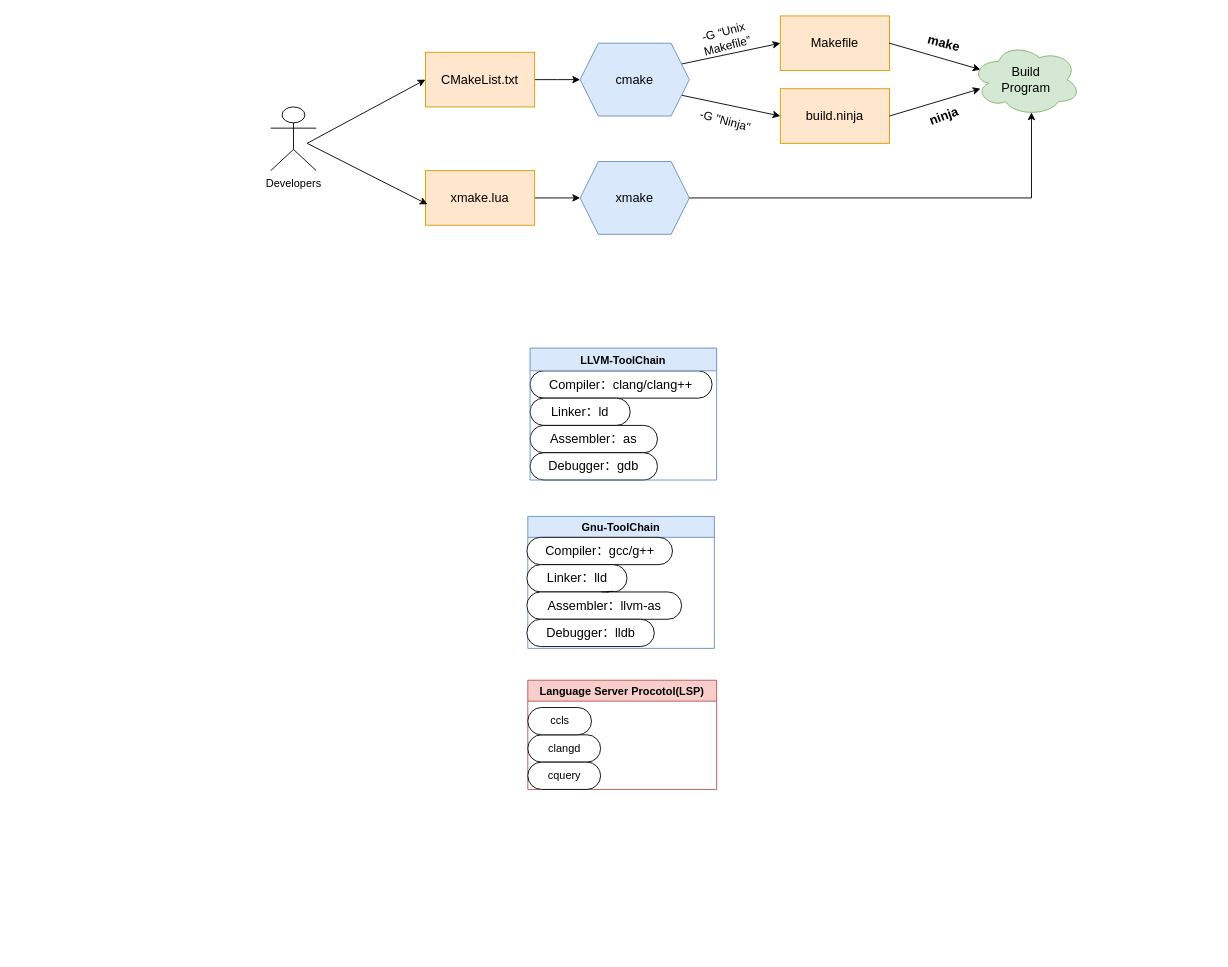
The draw.io diagram page "第 1 页" (1 of 2) of Java/temp.drawio in Sstmtz/draw.io-, before the edit. Source tidied: cells renumbered, new cells numbered last; positions are measured from the earlier drawing's top-left corner, leaving out a move shared by most shapes. Both pictures are drawn from the tidied source at 91%, with x=0, y=0 at pixel (270, 15).
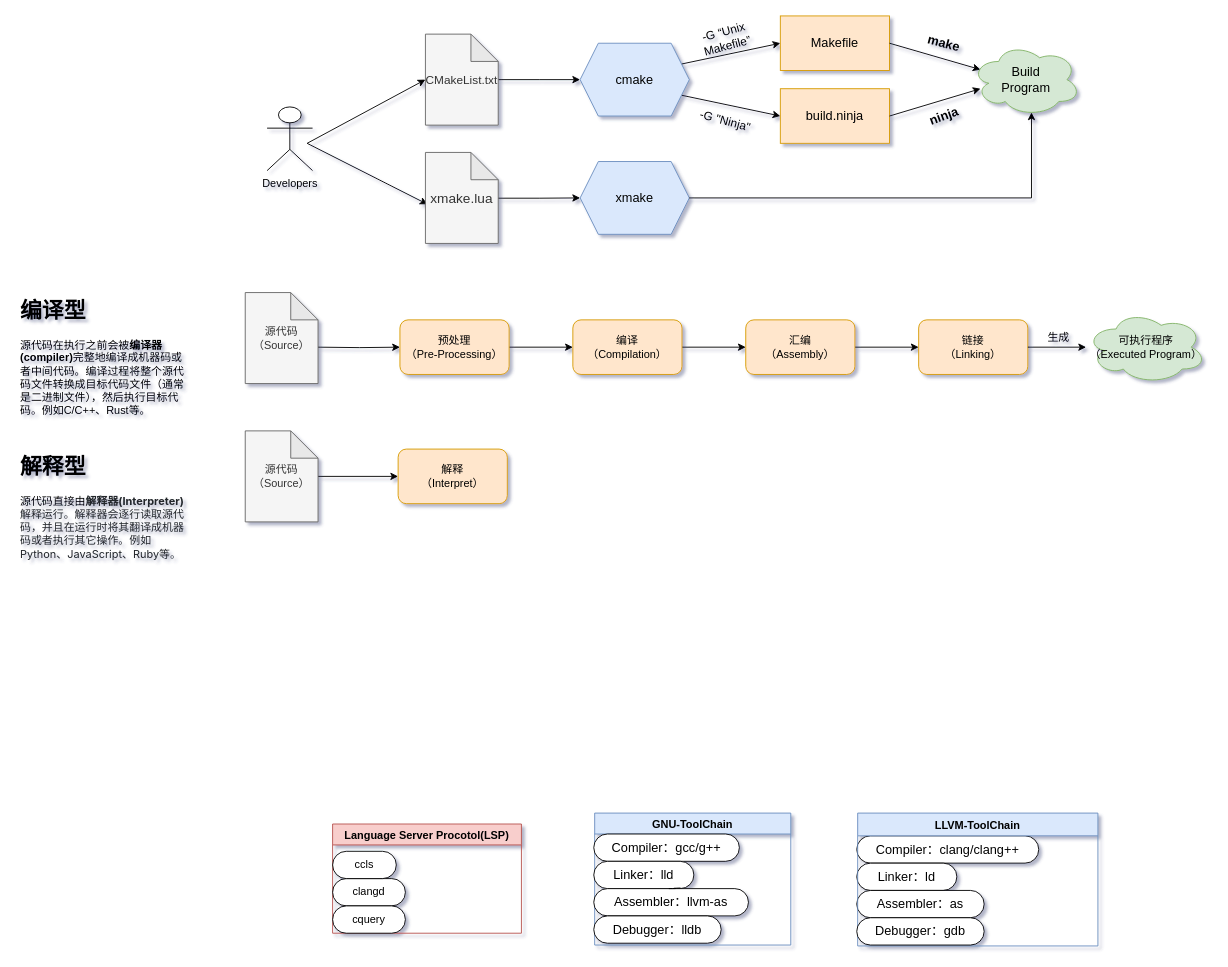
The same page after the edit.

Diff of the diagram source:
```diff
@@
-<mxGraphModel>
+<mxGraphModel background="#FFFFFF" shadow="1">
@@
-    <mxCell id="13" value="&lt;font style=&quot;font-size: 14px;&quot;&gt;CMakeList.txt&lt;/font&gt;" style="rounded=0;whiteSpace=wrap;html=1;fillColor=#ffe6cc;strokeColor=#d79b00;" parent="1" vertex="1">
-      <mxGeometry x="170" y="40" width="120" height="60" as="geometry" />
-    </mxCell>
-    <mxCell id="14" style="edgeStyle=orthogonalEdgeStyle;rounded=0;jettySize=auto;html=1;" parent="1" edge="1" source="15">
+    <mxCell id="14" style="edgeStyle=orthogonalEdgeStyle;rounded=0;jettySize=auto;html=1;exitX=0.979;exitY=0.503;exitDx=0;exitDy=0;exitPerimeter=0;" parent="1" edge="1" source="15">
       <mxGeometry relative="1" as="geometry">
         <mxPoint x="340" y="200" as="targetPoint" />
       </mxGeometry>
     </mxCell>
-    <mxCell id="15" value="&lt;font style=&quot;font-size: 14px;&quot;&gt;xmake.lua&lt;/font&gt;" style="rounded=0;whiteSpace=wrap;html=1;fillColor=#ffe6cc;strokeColor=#d79b00;" parent="1" vertex="1">
-      <mxGeometry x="170" y="170" width="120" height="60" as="geometry" />
-    </mxCell>
@@
     <mxCell id="20" value="Developers" style="shape=umlActor;verticalLabelPosition=bottom;verticalAlign=top;html=1;" parent="1" vertex="1">
-      <mxGeometry y="100" width="50" height="70" as="geometry" />
+      <mxGeometry x="-4" y="100" width="50" height="70" as="geometry" />
     </mxCell>
-    <mxCell id="21" style="endArrow=classic;html=1;rounded=0;entryX=0;entryY=0.5;entryDx=0;entryDy=0;" parent="1" edge="1" target="13">
+    <mxCell id="21" style="endArrow=classic;html=1;rounded=0;entryX=0;entryY=0.5;entryDx=0;entryDy=0;" parent="1" edge="1">
       <mxGeometry relative="1" as="geometry">
         <mxPoint x="40" y="140" as="sourcePoint" />
+        <mxPoint x="170" y="70" as="targetPoint" />
       </mxGeometry>
     </mxCell>
-    <mxCell id="22" style="endArrow=classic;html=1;rounded=0;entryX=0.019;entryY=0.617;entryDx=0;entryDy=0;entryPerimeter=0;" parent="1" edge="1" target="15">
+    <mxCell id="22" style="endArrow=classic;html=1;rounded=0;entryX=0.019;entryY=0.617;entryDx=0;entryDy=0;entryPerimeter=0;" parent="1" edge="1">
       <mxGeometry relative="1" as="geometry">
         <mxPoint x="40" y="140" as="sourcePoint" />
+        <mxPoint x="172.3" y="207" as="targetPoint" />
       </mxGeometry>
     </mxCell>
-    <mxCell id="23" value="&lt;font style=&quot;font-size: 14px;&quot;&gt;Compiler：clang/clang++&lt;/font&gt;" style="whiteSpace=wrap;html=1;rounded=1;arcSize=50;align=center;verticalAlign=middle;strokeWidth=1;spacing=4;newEdgeStyle={&quot;edgeStyle&quot;:&quot;entityRelationEdgeStyle&quot;,&quot;startArrow&quot;:&quot;none&quot;,&quot;endArrow&quot;:&quot;none&quot;,&quot;segment&quot;:10,&quot;curved&quot;:1,&quot;sourcePerimeterSpacing&quot;:0,&quot;targetPerimeterSpacing&quot;:0};" parent="1" vertex="1">
-      <mxGeometry x="285" y="390" width="200" height="30" as="geometry" />
-    </mxCell>
-    <mxCell id="24" value="&lt;font style=&quot;font-size: 14px;&quot;&gt;Linker：ld&lt;/font&gt;" style="whiteSpace=wrap;html=1;rounded=1;arcSize=50;align=center;verticalAlign=middle;strokeWidth=1;spacing=4;newEdgeStyle={&quot;edgeStyle&quot;:&quot;entityRelationEdgeStyle&quot;,&quot;startArrow&quot;:&quot;none&quot;,&quot;endArrow&quot;:&quot;none&quot;,&quot;segment&quot;:10,&quot;curved&quot;:1,&quot;sourcePerimeterSpacing&quot;:0,&quot;targetPerimeterSpacing&quot;:0};" parent="1" vertex="1">
-      <mxGeometry x="285" y="420" width="110" height="30" as="geometry" />
-    </mxCell>
-    <mxCell id="25" value="&lt;font style=&quot;font-size: 14px;&quot;&gt;Assembler：as&lt;/font&gt;" style="whiteSpace=wrap;html=1;rounded=1;arcSize=50;align=center;verticalAlign=middle;strokeWidth=1;spacing=4;newEdgeStyle={&quot;edgeStyle&quot;:&quot;entityRelationEdgeStyle&quot;,&quot;startArrow&quot;:&quot;none&quot;,&quot;endArrow&quot;:&quot;none&quot;,&quot;segment&quot;:10,&quot;curved&quot;:1,&quot;sourcePerimeterSpacing&quot;:0,&quot;targetPerimeterSpacing&quot;:0};" parent="1" vertex="1">
-      <mxGeometry x="285" y="450" width="140" height="30" as="geometry" />
-    </mxCell>
-    <mxCell id="26" value="&lt;font style=&quot;font-size: 14px;&quot;&gt;Debugger：gdb&lt;/font&gt;" style="whiteSpace=wrap;html=1;rounded=1;arcSize=50;align=center;verticalAlign=middle;strokeWidth=1;spacing=4;newEdgeStyle={&quot;edgeStyle&quot;:&quot;entityRelationEdgeStyle&quot;,&quot;startArrow&quot;:&quot;none&quot;,&quot;endArrow&quot;:&quot;none&quot;,&quot;segment&quot;:10,&quot;curved&quot;:1,&quot;sourcePerimeterSpacing&quot;:0,&quot;targetPerimeterSpacing&quot;:0};" parent="1" vertex="1">
-      <mxGeometry x="285" y="480" width="140" height="30" as="geometry" />
-    </mxCell>
-    <mxCell id="27" value="LLVM-ToolChain" style="swimlane;fillColor=#dae8fc;strokeColor=#6c8ebf;startSize=25;" parent="1" vertex="1">
-      <mxGeometry x="285" y="365" width="205" height="145" as="geometry" />
-    </mxCell>
-    <mxCell id="28" value="Gnu-ToolChain" style="swimlane;fillColor=#dae8fc;strokeColor=#6c8ebf;labelBackgroundColor=none;" parent="1" vertex="1">
-      <mxGeometry x="282.5" y="550" width="205" height="145" as="geometry" />
+    <mxCell id="28" value="GNU-ToolChain" style="swimlane;fillColor=#dae8fc;strokeColor=#6c8ebf;labelBackgroundColor=none;" parent="1" vertex="1">
+      <mxGeometry x="356" y="876" width="215.5" height="145" as="geometry" />
     </mxCell>
@@
     <mxCell id="34" value="Language Server Procotol(LSP)" style="swimlane;labelBackgroundColor=none;fillColor=#f8cecc;strokeColor=#b85450;" parent="1" vertex="1">
-      <mxGeometry x="282.5" y="730" width="207.5" height="120" as="geometry" />
+      <mxGeometry x="68" y="888" width="207.5" height="120" as="geometry" />
     </mxCell>
@@
+    <mxCell id="13" value="&lt;font style=&quot;font-size: 13px;&quot;&gt;CMakeList.txt&lt;/font&gt;" style="shape=note;whiteSpace=wrap;html=1;backgroundOutline=1;darkOpacity=0.05;fillColor=#f5f5f5;fontColor=#333333;strokeColor=#666666;" parent="1" vertex="1">
+      <mxGeometry x="170" y="20" width="80" height="100" as="geometry" />
+    </mxCell>
+    <mxCell id="15" value="&lt;font style=&quot;font-size: 15px;&quot;&gt;xmake.lua&lt;/font&gt;" style="shape=note;whiteSpace=wrap;html=1;backgroundOutline=1;darkOpacity=0.05;fillColor=#f5f5f5;fontColor=#333333;strokeColor=#666666;" parent="1" vertex="1">
+      <mxGeometry x="170" y="150" width="80" height="100" as="geometry" />
+    </mxCell>
+    <mxCell id="38" style="edgeStyle=orthogonalEdgeStyle;rounded=0;jettySize=auto;html=1;" parent="1" edge="1" target="40">
+      <mxGeometry relative="1" as="geometry">
+        <mxPoint x="52" y="364" as="sourcePoint" />
+      </mxGeometry>
+    </mxCell>
+    <mxCell id="39" style="edgeStyle=orthogonalEdgeStyle;rounded=0;jettySize=auto;html=1;" parent="1" edge="1" source="40" target="42">
+      <mxGeometry relative="1" as="geometry" />
+    </mxCell>
+    <mxCell id="40" value="预处理&lt;br&gt;（Pre-Processing）" style="rounded=1;whiteSpace=wrap;html=1;fillColor=#ffe6cc;strokeColor=#d79b00;gradientColor=none;" parent="1" vertex="1">
+      <mxGeometry x="142" y="334" width="120" height="60" as="geometry" />
+    </mxCell>
+    <mxCell id="41" style="edgeStyle=orthogonalEdgeStyle;rounded=0;jettySize=auto;html=1;" parent="1" edge="1" source="42" target="50">
+      <mxGeometry relative="1" as="geometry" />
+    </mxCell>
+    <mxCell id="42" value="编译&lt;br&gt;（Compilation）" style="rounded=1;whiteSpace=wrap;html=1;fillColor=#ffe6cc;strokeColor=#d79b00;" parent="1" vertex="1">
+      <mxGeometry x="332" y="334" width="120" height="60" as="geometry" />
+    </mxCell>
+    <mxCell id="43" value="链接&lt;br&gt;（Linking）" style="rounded=1;whiteSpace=wrap;html=1;fillColor=#ffe6cc;strokeColor=#d79b00;" parent="1" vertex="1">
+      <mxGeometry x="712" y="334" width="120" height="60" as="geometry" />
+    </mxCell>
+    <mxCell id="44" value="源代码&lt;br&gt;（Source）" style="shape=note;whiteSpace=wrap;html=1;backgroundOutline=1;darkOpacity=0.05;fillColor=#f5f5f5;fontColor=#333333;strokeColor=#666666;" parent="1" vertex="1">
+      <mxGeometry x="-28" y="304" width="80" height="100" as="geometry" />
+    </mxCell>
+    <mxCell id="45" value="可执行程序&lt;br&gt;（Executed Program）" style="ellipse;shape=cloud;whiteSpace=wrap;html=1;fillColor=#d5e8d4;strokeColor=#82b366;" parent="1" vertex="1">
+      <mxGeometry x="896" y="324" width="132" height="80" as="geometry" />
+    </mxCell>
+    <mxCell id="46" style="edgeStyle=orthogonalEdgeStyle;rounded=0;jettySize=auto;html=1;exitX=1;exitY=0.5;exitDx=0;exitDy=0;" parent="1" edge="1" source="43" target="45">
+      <mxGeometry relative="1" as="geometry" />
+    </mxCell>
+    <mxCell id="47" style="group;" parent="1" vertex="1">
+      <mxGeometry x="644" y="876" width="265" height="146" as="geometry" />
+    </mxCell>
+    <mxCell id="23" value="&lt;font style=&quot;font-size: 14px;&quot;&gt;Compiler：clang/clang++&lt;/font&gt;" style="whiteSpace=wrap;html=1;rounded=1;arcSize=50;align=center;verticalAlign=middle;strokeWidth=1;spacing=4;newEdgeStyle={&quot;edgeStyle&quot;:&quot;entityRelationEdgeStyle&quot;,&quot;startArrow&quot;:&quot;none&quot;,&quot;endArrow&quot;:&quot;none&quot;,&quot;segment&quot;:10,&quot;curved&quot;:1,&quot;sourcePerimeterSpacing&quot;:0,&quot;targetPerimeterSpacing&quot;:0};" parent="47" vertex="1">
+      <mxGeometry y="25" width="200" height="30" as="geometry" />
+    </mxCell>
+    <mxCell id="24" value="&lt;font style=&quot;font-size: 14px;&quot;&gt;Linker：ld&lt;/font&gt;" style="whiteSpace=wrap;html=1;rounded=1;arcSize=50;align=center;verticalAlign=middle;strokeWidth=1;spacing=4;newEdgeStyle={&quot;edgeStyle&quot;:&quot;entityRelationEdgeStyle&quot;,&quot;startArrow&quot;:&quot;none&quot;,&quot;endArrow&quot;:&quot;none&quot;,&quot;segment&quot;:10,&quot;curved&quot;:1,&quot;sourcePerimeterSpacing&quot;:0,&quot;targetPerimeterSpacing&quot;:0};" parent="47" vertex="1">
+      <mxGeometry y="55" width="110" height="30" as="geometry" />
+    </mxCell>
+    <mxCell id="25" value="&lt;font style=&quot;font-size: 14px;&quot;&gt;Assembler：as&lt;/font&gt;" style="whiteSpace=wrap;html=1;rounded=1;arcSize=50;align=center;verticalAlign=middle;strokeWidth=1;spacing=4;newEdgeStyle={&quot;edgeStyle&quot;:&quot;entityRelationEdgeStyle&quot;,&quot;startArrow&quot;:&quot;none&quot;,&quot;endArrow&quot;:&quot;none&quot;,&quot;segment&quot;:10,&quot;curved&quot;:1,&quot;sourcePerimeterSpacing&quot;:0,&quot;targetPerimeterSpacing&quot;:0};" parent="47" vertex="1">
+      <mxGeometry y="85" width="140" height="30" as="geometry" />
+    </mxCell>
+    <mxCell id="27" value="LLVM-ToolChain" style="swimlane;fillColor=#dae8fc;strokeColor=#6c8ebf;startSize=25;" parent="47" vertex="1">
+      <mxGeometry x="1" width="264" height="146" as="geometry" />
+    </mxCell>
+    <mxCell id="26" value="&lt;font style=&quot;font-size: 14px;&quot;&gt;Debugger：gdb&lt;/font&gt;" style="whiteSpace=wrap;html=1;rounded=1;arcSize=50;align=center;verticalAlign=middle;strokeWidth=1;spacing=4;newEdgeStyle={&quot;edgeStyle&quot;:&quot;entityRelationEdgeStyle&quot;,&quot;startArrow&quot;:&quot;none&quot;,&quot;endArrow&quot;:&quot;none&quot;,&quot;segment&quot;:10,&quot;curved&quot;:1,&quot;sourcePerimeterSpacing&quot;:0,&quot;targetPerimeterSpacing&quot;:0};" parent="47" vertex="1">
+      <mxGeometry y="115" width="140" height="30" as="geometry" />
+    </mxCell>
+    <mxCell id="48" parent="0" />
+    <mxCell id="49" style="edgeStyle=orthogonalEdgeStyle;rounded=0;jettySize=auto;html=1;exitX=1;exitY=0.5;exitDx=0;exitDy=0;entryX=0;entryY=0.5;entryDx=0;entryDy=0;" parent="48" edge="1" source="50" target="43">
+      <mxGeometry relative="1" as="geometry" />
+    </mxCell>
+    <mxCell id="50" value="汇编&lt;br&gt;（Assembly）" style="rounded=1;whiteSpace=wrap;html=1;fillColor=#ffe6cc;strokeColor=#d79b00;" parent="48" vertex="1">
+      <mxGeometry x="522" y="334" width="120" height="60" as="geometry" />
+    </mxCell>
+    <mxCell id="51" style="edgeStyle=orthogonalEdgeStyle;rounded=0;jettySize=auto;html=1;" parent="48" edge="1" source="52" target="53">
+      <mxGeometry relative="1" as="geometry" />
+    </mxCell>
+    <mxCell id="52" value="源代码&lt;br&gt;（Source）" style="shape=note;whiteSpace=wrap;html=1;backgroundOutline=1;darkOpacity=0.05;fillColor=#f5f5f5;fontColor=#333333;strokeColor=#666666;" parent="48" vertex="1">
+      <mxGeometry x="-28" y="456" width="80" height="100" as="geometry" />
+    </mxCell>
+    <mxCell id="53" value="解释&lt;br&gt;（Interpret）" style="whiteSpace=wrap;html=1;rounded=1;fillColor=#ffe6cc;strokeColor=#d79b00;" parent="48" vertex="1">
+      <mxGeometry x="140" y="476" width="120" height="60" as="geometry" />
+    </mxCell>
+    <mxCell id="54" value="&lt;h1&gt;编译型&lt;/h1&gt;&lt;p&gt;源代码在执行之前会被&lt;b&gt;编译器(compiler)&lt;/b&gt;完整地编译成机器码或者中间代码。编译过程将整个源代码文件转换成目标代码文件（通常是二进制文件），然后执行目标代码。例如C/C++、Rust等。&lt;br&gt;&lt;/p&gt;" style="text;html=1;strokeColor=none;fillColor=none;spacing=5;spacingTop=-20;whiteSpace=wrap;overflow=hidden;rounded=0;" parent="48" vertex="1">
+      <mxGeometry x="-280" y="304" width="192" height="140" as="geometry" />
+    </mxCell>
+    <mxCell id="55" value="&lt;h1&gt;解释型&lt;/h1&gt;&lt;p style=&quot;&quot;&gt;源代码直接由&lt;span style=&quot;box-sizing: border-box; font-weight: bolder; color: rgb(33, 37, 41); font-family: -apple-system, BlinkMacSystemFont, &amp;quot;Segoe UI&amp;quot;, Roboto, &amp;quot;Helvetica Neue&amp;quot;, Arial, &amp;quot;Noto Sans&amp;quot;, &amp;quot;Liberation Sans&amp;quot;, sans-serif, &amp;quot;Apple Color Emoji&amp;quot;, &amp;quot;Segoe UI Emoji&amp;quot;, &amp;quot;Segoe UI Symbol&amp;quot;, &amp;quot;Noto Color Emoji&amp;quot;;&quot;&gt;解释器(Interpreter)&lt;/span&gt;&lt;span style=&quot;color: rgb(33, 37, 41); font-family: -apple-system, BlinkMacSystemFont, &amp;quot;Segoe UI&amp;quot;, Roboto, &amp;quot;Helvetica Neue&amp;quot;, Arial, &amp;quot;Noto Sans&amp;quot;, &amp;quot;Liberation Sans&amp;quot;, sans-serif, &amp;quot;Apple Color Emoji&amp;quot;, &amp;quot;Segoe UI Emoji&amp;quot;, &amp;quot;Segoe UI Symbol&amp;quot;, &amp;quot;Noto Color Emoji&amp;quot;;&quot;&gt;解释运行。解释器会逐行读取源代码，并且在运行时将其翻译成机器码或者执行其它操作。例如Python、JavaScript、Ruby等。&lt;/span&gt;&lt;/p&gt;" style="text;html=1;strokeColor=none;fillColor=none;spacing=5;spacingTop=-20;whiteSpace=wrap;overflow=hidden;rounded=0;" parent="48" vertex="1">
+      <mxGeometry x="-280" y="476" width="192" height="136" as="geometry" />
+    </mxCell>
+    <mxCell id="56" value="生成" style="text;html=1;strokeColor=none;fillColor=none;align=center;verticalAlign=middle;whiteSpace=wrap;rounded=0;" parent="48" vertex="1">
+      <mxGeometry x="836" y="339" width="60" height="30" as="geometry" />
+    </mxCell>
```
